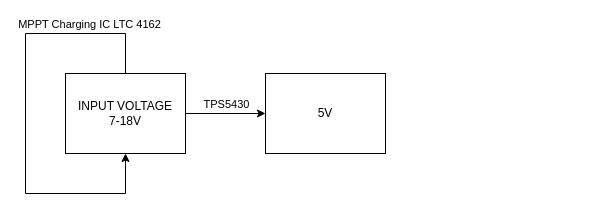
Above: Power_Source.drawio in K2ayzz/ForDrawIO (draw.io), before the change. Source tidied: cells renumbered, new cells numbered last; positions are measured from the earlier drawing's top-left corner, leaving out a move shared by most shapes. Both pictures are drawn from the tidied source at 100%, with x=0, y=0 at pixel (25, 33).
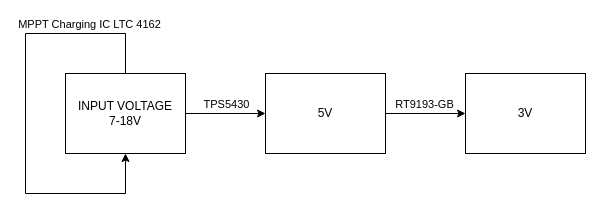
Above is the later version.

Commit message (it also covers changes not shown here):
Cập nhật Power_Source.drawio

What changed in the source:
```diff
@@
 <mxGraphModel>
   <root>
     <mxCell id="0" />
     <mxCell id="1" parent="0" />
     <mxCell id="2" style="edgeStyle=orthogonalEdgeStyle;rounded=0;jettySize=auto;html=1;" parent="1" edge="1" source="6" target="7">
       <mxGeometry relative="1" as="geometry" />
     </mxCell>
     <mxCell id="3" value="TPS5430" style="edgeLabel;html=1;align=center;verticalAlign=middle;" parent="2" vertex="1">
       <mxGeometry x="-0.18" relative="1" as="geometry">
         <mxPoint x="7" y="-10" as="offset" />
       </mxGeometry>
     </mxCell>
     <mxCell id="4" style="edgeStyle=orthogonalEdgeStyle;rounded=0;jettySize=auto;html=1;entryX=0.5;entryY=1;entryDx=0;entryDy=0;" parent="1" edge="1" target="6">
       <mxGeometry relative="1" as="geometry">
         <mxPoint x="100" y="80" as="sourcePoint" />
         <Array as="points">
           <mxPoint x="100" />
           <mxPoint />
           <mxPoint y="160" />
           <mxPoint x="100" y="160" />
         </Array>
       </mxGeometry>
     </mxCell>
     <mxCell id="5" value="MPPT Charging IC LTC 4162" style="edgeLabel;html=1;align=center;verticalAlign=middle;" parent="4" vertex="1">
       <mxGeometry x="-0.45" y="-1" relative="1" as="geometry">
         <mxPoint x="15" y="-9" as="offset" />
       </mxGeometry>
     </mxCell>
     <mxCell id="6" value="INPUT VOLTAGE&lt;div&gt;7-18V&lt;/div&gt;" style="rounded=0;whiteSpace=wrap;html=1;" parent="1" vertex="1">
       <mxGeometry x="40" y="40" width="120" height="80" as="geometry" />
     </mxCell>
+    <mxCell id="8" style="edgeStyle=orthogonalEdgeStyle;rounded=0;jettySize=auto;html=1;" parent="1" edge="1" source="7" target="10">
+      <mxGeometry relative="1" as="geometry" />
+    </mxCell>
+    <mxCell id="9" value="RT9193-GB" style="edgeLabel;html=1;align=center;verticalAlign=middle;" parent="8" vertex="1">
+      <mxGeometry x="-0.05" y="-1" relative="1" as="geometry">
+        <mxPoint y="-11" as="offset" />
+      </mxGeometry>
+    </mxCell>
     <mxCell id="7" value="5V" style="whiteSpace=wrap;html=1;rounded=0;" parent="1" vertex="1">
       <mxGeometry x="240" y="40" width="120" height="80" as="geometry" />
     </mxCell>
+    <mxCell id="10" value="3V" style="whiteSpace=wrap;html=1;rounded=0;" parent="1" vertex="1">
+      <mxGeometry x="440" y="40" width="120" height="80" as="geometry" />
+    </mxCell>
   </root>
 </mxGraphModel>
```
